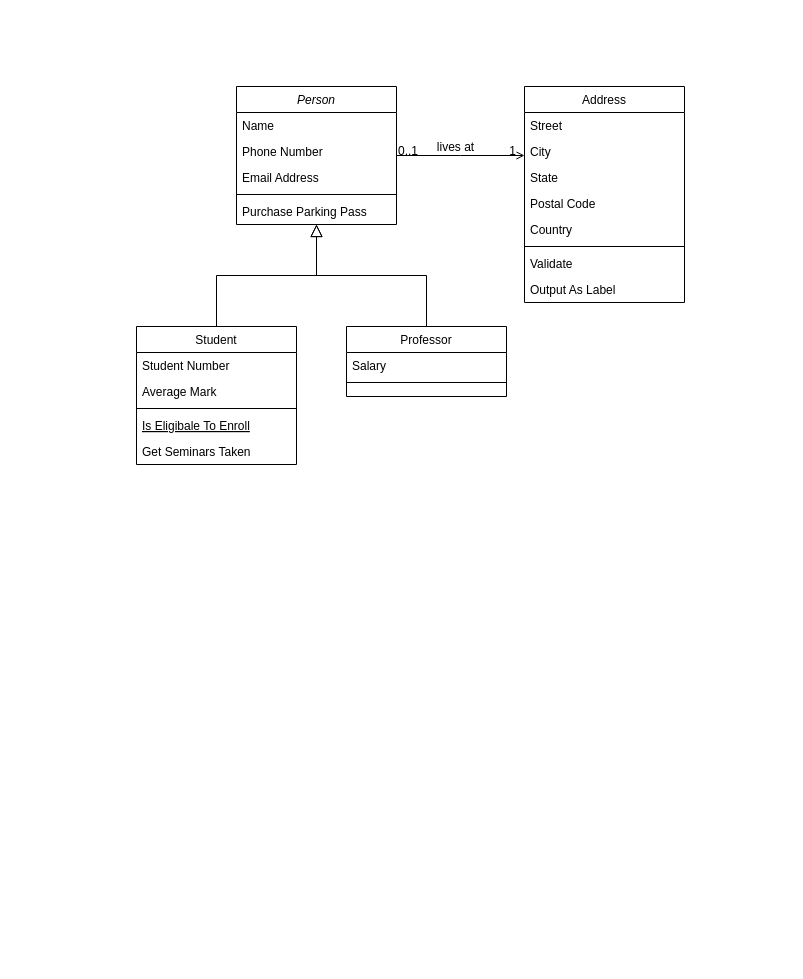
Above: Untitled Diagram.drawio in sajath-45/hospital-managment-system-Java-Project (draw.io), before the change. Source tidied: cells renumbered, new cells numbered last; positions are measured from the earlier drawing's top-left corner, leaving out a move shared by most shapes. Both pictures are drawn from the tidied source at 100%, with x=0, y=0 at pixel (136, 86).
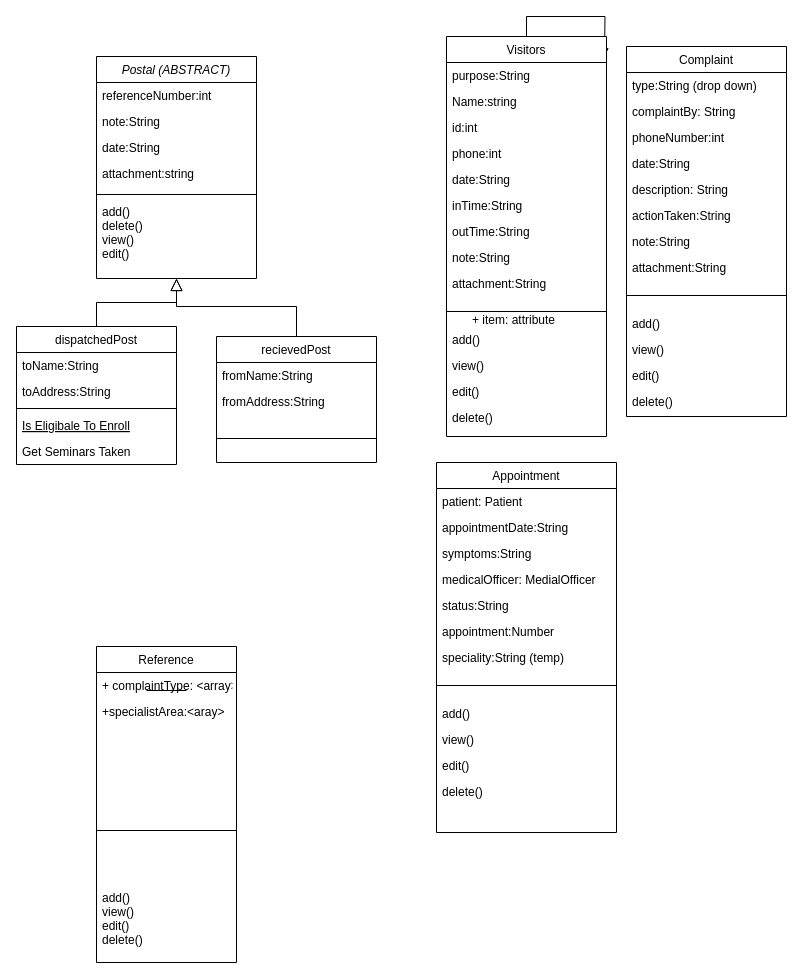
After the change.

The edit, as a diff of the source:
```diff
@@
-    <mxCell id="2" value="Person" style="swimlane;fontStyle=2;align=center;verticalAlign=top;horizontal=1;startSize=26;rounded=0;shadow=0;strokeWidth=1;" parent="1" vertex="1">
-      <mxGeometry x="100" width="160" height="138" as="geometry" />
+    <mxCell id="2" value="Postal (ABSTRACT)" style="swimlane;fontStyle=2;align=center;verticalAlign=top;horizontal=1;startSize=26;rounded=0;shadow=0;strokeWidth=1;" parent="1" vertex="1">
+      <mxGeometry x="-40" y="-30" width="160" height="222" as="geometry" />
     </mxCell>
-    <mxCell id="3" value="Name" style="text;align=left;verticalAlign=top;spacingLeft=4;spacingRight=4;overflow=hidden;" parent="2" vertex="1">
+    <mxCell id="3" value="referenceNumber:int" style="text;align=left;verticalAlign=top;spacingLeft=4;spacingRight=4;overflow=hidden;" parent="2" vertex="1">
       <mxGeometry y="26" width="160" height="26" as="geometry" />
     </mxCell>
-    <mxCell id="4" value="Phone Number" style="text;align=left;verticalAlign=top;spacingLeft=4;spacingRight=4;overflow=hidden;rounded=0;shadow=0;html=0;" parent="2" vertex="1">
+    <mxCell id="4" value="note:String" style="text;align=left;verticalAlign=top;spacingLeft=4;spacingRight=4;overflow=hidden;rounded=0;shadow=0;html=0;" parent="2" vertex="1">
       <mxGeometry y="52" width="160" height="26" as="geometry" />
     </mxCell>
-    <mxCell id="5" value="Email Address" style="text;align=left;verticalAlign=top;spacingLeft=4;spacingRight=4;overflow=hidden;rounded=0;shadow=0;html=0;" parent="2" vertex="1">
+    <mxCell id="5" value="date:String" style="text;align=left;verticalAlign=top;spacingLeft=4;spacingRight=4;overflow=hidden;rounded=0;shadow=0;html=0;" parent="2" vertex="1">
       <mxGeometry y="78" width="160" height="26" as="geometry" />
     </mxCell>
+    <mxCell id="7" value="attachment:string" style="text;align=left;verticalAlign=top;spacingLeft=4;spacingRight=4;overflow=hidden;" parent="2" vertex="1">
+      <mxGeometry y="104" width="160" height="30" as="geometry" />
+    </mxCell>
     <mxCell id="6" style="line;html=1;strokeWidth=1;align=left;verticalAlign=middle;spacingTop=-1;spacingLeft=3;spacingRight=3;labelPosition=right;" parent="2" vertex="1">
-      <mxGeometry y="104" width="160" height="8" as="geometry" />
+      <mxGeometry y="134" width="160" height="8" as="geometry" />
     </mxCell>
-    <mxCell id="7" value="Purchase Parking Pass" style="text;align=left;verticalAlign=top;spacingLeft=4;spacingRight=4;overflow=hidden;" parent="2" vertex="1">
-      <mxGeometry y="112" width="160" height="26" as="geometry" />
-    </mxCell>
+    <mxCell id="32" value="add()&#10;delete()&#10;view()&#10;edit()" style="text;align=left;verticalAlign=top;spacingLeft=4;spacingRight=4;overflow=hidden;" parent="2" vertex="1">
+      <mxGeometry y="142" width="160" height="68" as="geometry" />
+    </mxCell>
-    <mxCell id="8" value="Student" style="swimlane;fontStyle=0;align=center;verticalAlign=top;horizontal=1;startSize=26;rounded=0;shadow=0;strokeWidth=1;" parent="1" vertex="1">
-      <mxGeometry y="240" width="160" height="138" as="geometry" />
+    <mxCell id="8" value="dispatchedPost" style="swimlane;fontStyle=0;align=center;verticalAlign=top;horizontal=1;startSize=26;rounded=0;shadow=0;strokeWidth=1;" parent="1" vertex="1">
+      <mxGeometry x="-120" y="240" width="160" height="138" as="geometry" />
     </mxCell>
-    <mxCell id="9" value="Student Number" style="text;align=left;verticalAlign=top;spacingLeft=4;spacingRight=4;overflow=hidden;" parent="8" vertex="1">
+    <mxCell id="9" value="toName:String" style="text;align=left;verticalAlign=top;spacingLeft=4;spacingRight=4;overflow=hidden;" parent="8" vertex="1">
       <mxGeometry y="26" width="160" height="26" as="geometry" />
     </mxCell>
-    <mxCell id="10" value="Average Mark" style="text;align=left;verticalAlign=top;spacingLeft=4;spacingRight=4;overflow=hidden;rounded=0;shadow=0;html=0;" parent="8" vertex="1">
+    <mxCell id="10" value="toAddress:String" style="text;align=left;verticalAlign=top;spacingLeft=4;spacingRight=4;overflow=hidden;rounded=0;shadow=0;html=0;" parent="8" vertex="1">
       <mxGeometry y="52" width="160" height="26" as="geometry" />
     </mxCell>
@@
-    <mxCell id="15" value="Professor" style="swimlane;fontStyle=0;align=center;verticalAlign=top;horizontal=1;startSize=26;rounded=0;shadow=0;strokeWidth=1;" parent="1" vertex="1">
-      <mxGeometry x="210" y="240" width="160" height="70" as="geometry" />
+    <mxCell id="15" value="recievedPost" style="swimlane;fontStyle=0;align=center;verticalAlign=top;horizontal=1;startSize=26;rounded=0;shadow=0;strokeWidth=1;" parent="1" vertex="1">
+      <mxGeometry x="80" y="250" width="160" height="126" as="geometry" />
     </mxCell>
-    <mxCell id="16" value="Salary" style="text;align=left;verticalAlign=top;spacingLeft=4;spacingRight=4;overflow=hidden;" parent="15" vertex="1">
+    <mxCell id="16" value="fromName:String" style="text;align=left;verticalAlign=top;spacingLeft=4;spacingRight=4;overflow=hidden;" parent="15" vertex="1">
       <mxGeometry y="26" width="160" height="26" as="geometry" />
     </mxCell>
+    <mxCell id="33" value="fromAddress:String" style="text;align=left;verticalAlign=top;spacingLeft=4;spacingRight=4;overflow=hidden;" parent="15" vertex="1">
+      <mxGeometry y="52" width="160" height="26" as="geometry" />
+    </mxCell>
     <mxCell id="17" style="line;html=1;strokeWidth=1;align=left;verticalAlign=middle;spacingTop=-1;spacingLeft=3;spacingRight=3;labelPosition=right;" parent="15" vertex="1">
-      <mxGeometry y="52" width="160" height="8" as="geometry" />
+      <mxGeometry y="78" width="160" height="48" as="geometry" />
     </mxCell>
     <mxCell id="18" style="endArrow=block;endSize=10;endFill=0;shadow=0;strokeWidth=1;rounded=0;edgeStyle=elbowEdgeStyle;elbow=vertical;" parent="1" edge="1" source="15" target="2">
-      <mxGeometry relative="1" as="geometry" />
+      <mxGeometry relative="1" as="geometry">
+        <Array as="points">
+          <mxPoint x="40" y="220" />
+          <mxPoint x="40" y="220" />
+          <mxPoint x="40" y="190" />
+          <mxPoint x="40" y="180" />
+        </Array>
+      </mxGeometry>
     </mxCell>
+    <mxCell id="34" style="edgeStyle=orthogonalEdgeStyle;rounded=0;jettySize=auto;html=1;exitX=0.5;exitY=0;exitDx=0;exitDy=0;" parent="1" edge="1" source="19">
+      <mxGeometry relative="1" as="geometry">
+        <mxPoint x="468" y="-30" as="targetPoint" />
+      </mxGeometry>
+    </mxCell>
-    <mxCell id="19" value="Address" style="swimlane;fontStyle=0;align=center;verticalAlign=top;horizontal=1;startSize=26;rounded=0;shadow=0;strokeWidth=1;" parent="1" vertex="1">
-      <mxGeometry x="388" width="160" height="216" as="geometry" />
+    <mxCell id="19" value="Visitors" style="swimlane;fontStyle=0;align=center;verticalAlign=top;horizontal=1;startSize=26;rounded=0;shadow=0;strokeWidth=1;" parent="1" vertex="1">
+      <mxGeometry x="310" y="-50" width="160" height="400" as="geometry" />
     </mxCell>
-    <mxCell id="20" value="Street" style="text;align=left;verticalAlign=top;spacingLeft=4;spacingRight=4;overflow=hidden;" parent="19" vertex="1">
+    <mxCell id="20" value="purpose:String" style="text;align=left;verticalAlign=top;spacingLeft=4;spacingRight=4;overflow=hidden;" parent="19" vertex="1">
       <mxGeometry y="26" width="160" height="26" as="geometry" />
     </mxCell>
-    <mxCell id="21" value="City" style="text;align=left;verticalAlign=top;spacingLeft=4;spacingRight=4;overflow=hidden;rounded=0;shadow=0;html=0;" parent="19" vertex="1">
+    <mxCell id="21" value="Name:string" style="text;align=left;verticalAlign=top;spacingLeft=4;spacingRight=4;overflow=hidden;rounded=0;shadow=0;html=0;" parent="19" vertex="1">
       <mxGeometry y="52" width="160" height="26" as="geometry" />
     </mxCell>
+    <mxCell id="23" value="id:int" style="text;align=left;verticalAlign=top;spacingLeft=4;spacingRight=4;overflow=hidden;rounded=0;shadow=0;html=0;" parent="19" vertex="1">
+      <mxGeometry y="78" width="160" height="26" as="geometry" />
+    </mxCell>
-    <mxCell id="22" value="State" style="text;align=left;verticalAlign=top;spacingLeft=4;spacingRight=4;overflow=hidden;rounded=0;shadow=0;html=0;" parent="19" vertex="1">
-      <mxGeometry y="78" width="160" height="26" as="geometry" />
+    <mxCell id="22" value="phone:int" style="text;align=left;verticalAlign=top;spacingLeft=4;spacingRight=4;overflow=hidden;rounded=0;shadow=0;html=0;" parent="19" vertex="1">
+      <mxGeometry y="104" width="160" height="26" as="geometry" />
     </mxCell>
-    <mxCell id="23" value="Postal Code" style="text;align=left;verticalAlign=top;spacingLeft=4;spacingRight=4;overflow=hidden;rounded=0;shadow=0;html=0;" parent="19" vertex="1">
-      <mxGeometry y="104" width="160" height="26" as="geometry" />
-    </mxCell>
-    <mxCell id="24" value="Country" style="text;align=left;verticalAlign=top;spacingLeft=4;spacingRight=4;overflow=hidden;rounded=0;shadow=0;html=0;" parent="19" vertex="1">
+    <mxCell id="24" value="date:String" style="text;align=left;verticalAlign=top;spacingLeft=4;spacingRight=4;overflow=hidden;rounded=0;shadow=0;html=0;" parent="19" vertex="1">
       <mxGeometry y="130" width="160" height="26" as="geometry" />
     </mxCell>
+    <mxCell id="35" value="inTime:String" style="text;align=left;verticalAlign=top;spacingLeft=4;spacingRight=4;overflow=hidden;rounded=0;shadow=0;html=0;" parent="19" vertex="1">
+      <mxGeometry y="156" width="160" height="26" as="geometry" />
+    </mxCell>
+    <mxCell id="36" value="outTime:String" style="text;align=left;verticalAlign=top;spacingLeft=4;spacingRight=4;overflow=hidden;rounded=0;shadow=0;html=0;" parent="19" vertex="1">
+      <mxGeometry y="182" width="160" height="26" as="geometry" />
+    </mxCell>
+    <mxCell id="37" value="note:String" style="text;align=left;verticalAlign=top;spacingLeft=4;spacingRight=4;overflow=hidden;rounded=0;shadow=0;html=0;" parent="19" vertex="1">
+      <mxGeometry y="208" width="160" height="26" as="geometry" />
+    </mxCell>
+    <mxCell id="38" value="attachment:String" style="text;align=left;verticalAlign=top;spacingLeft=4;spacingRight=4;overflow=hidden;rounded=0;shadow=0;html=0;" parent="19" vertex="1">
+      <mxGeometry y="234" width="160" height="26" as="geometry" />
+    </mxCell>
     <mxCell id="25" style="line;html=1;strokeWidth=1;align=left;verticalAlign=middle;spacingTop=-1;spacingLeft=3;spacingRight=3;labelPosition=right;" parent="19" vertex="1">
-      <mxGeometry y="156" width="160" height="8" as="geometry" />
+      <mxGeometry y="260" width="160" height="30" as="geometry" />
     </mxCell>
-    <mxCell id="26" value="Validate" style="text;align=left;verticalAlign=top;spacingLeft=4;spacingRight=4;overflow=hidden;" parent="19" vertex="1">
-      <mxGeometry y="164" width="160" height="26" as="geometry" />
+    <mxCell id="26" value="add()" style="text;align=left;verticalAlign=top;spacingLeft=4;spacingRight=4;overflow=hidden;" parent="19" vertex="1">
+      <mxGeometry y="290" width="160" height="26" as="geometry" />
     </mxCell>
+    <mxCell id="39" value="view()" style="text;align=left;verticalAlign=top;spacingLeft=4;spacingRight=4;overflow=hidden;" parent="19" vertex="1">
+      <mxGeometry y="316" width="160" height="26" as="geometry" />
+    </mxCell>
+    <mxCell id="40" value="edit()" style="text;align=left;verticalAlign=top;spacingLeft=4;spacingRight=4;overflow=hidden;" parent="19" vertex="1">
+      <mxGeometry y="342" width="160" height="26" as="geometry" />
+    </mxCell>
-    <mxCell id="27" value="Output As Label" style="text;align=left;verticalAlign=top;spacingLeft=4;spacingRight=4;overflow=hidden;" parent="19" vertex="1">
-      <mxGeometry y="190" width="160" height="26" as="geometry" />
+    <mxCell id="27" value="delete()" style="text;align=left;verticalAlign=top;spacingLeft=4;spacingRight=4;overflow=hidden;" parent="19" vertex="1">
+      <mxGeometry y="368" width="160" height="28" as="geometry" />
     </mxCell>
-    <mxCell id="28" style="endArrow=open;shadow=0;strokeWidth=1;rounded=0;endFill=1;edgeStyle=elbowEdgeStyle;elbow=vertical;" parent="1" edge="1" source="2" target="19">
-      <mxGeometry x="0.5" y="41" relative="1" as="geometry">
-        <mxPoint x="-40" y="32" as="offset" />
-      </mxGeometry>
-    </mxCell>
-    <mxCell id="29" value="0..1" style="align=left;verticalAlign=bottom;labelBackgroundColor=none;fontSize=12;" parent="28" vertex="1">
-      <mxGeometry x="-1" relative="1" as="geometry">
-        <mxPoint y="4" as="offset" />
-      </mxGeometry>
-    </mxCell>
-    <mxCell id="30" value="1" style="align=right;verticalAlign=bottom;labelBackgroundColor=none;fontSize=12;" parent="28" vertex="1">
-      <mxGeometry x="1" relative="1" as="geometry">
-        <mxPoint x="-7" y="4" as="offset" />
-      </mxGeometry>
-    </mxCell>
-    <mxCell id="31" value="lives at" style="text;html=1;align=center;verticalAlign=middle;labelBackgroundColor=none;rounded=0;shadow=0;strokeWidth=1;fontSize=12;" parent="28" vertex="1">
-      <mxGeometry x="0.5" y="49" relative="1" as="geometry">
-        <mxPoint x="-38" y="40" as="offset" />
-      </mxGeometry>
-    </mxCell>
+    <mxCell id="41" value="Complaint" style="swimlane;fontStyle=0;align=center;verticalAlign=top;horizontal=1;startSize=26;rounded=0;shadow=0;strokeWidth=1;" parent="1" vertex="1">
+      <mxGeometry x="490" y="-40" width="160" height="370" as="geometry" />
+    </mxCell>
+    <mxCell id="42" value="type:String (drop down)" style="text;align=left;verticalAlign=top;spacingLeft=4;spacingRight=4;overflow=hidden;" parent="41" vertex="1">
+      <mxGeometry y="26" width="160" height="26" as="geometry" />
+    </mxCell>
+    <mxCell id="43" value="complaintBy: String" style="text;align=left;verticalAlign=top;spacingLeft=4;spacingRight=4;overflow=hidden;rounded=0;shadow=0;html=0;" parent="41" vertex="1">
+      <mxGeometry y="52" width="160" height="26" as="geometry" />
+    </mxCell>
+    <mxCell id="44" value="phoneNumber:int" style="text;align=left;verticalAlign=top;spacingLeft=4;spacingRight=4;overflow=hidden;rounded=0;shadow=0;html=0;" parent="41" vertex="1">
+      <mxGeometry y="78" width="160" height="26" as="geometry" />
+    </mxCell>
+    <mxCell id="45" value="date:String" style="text;align=left;verticalAlign=top;spacingLeft=4;spacingRight=4;overflow=hidden;rounded=0;shadow=0;html=0;" parent="41" vertex="1">
+      <mxGeometry y="104" width="160" height="26" as="geometry" />
+    </mxCell>
+    <mxCell id="46" value="description: String" style="text;align=left;verticalAlign=top;spacingLeft=4;spacingRight=4;overflow=hidden;rounded=0;shadow=0;html=0;" parent="41" vertex="1">
+      <mxGeometry y="130" width="160" height="26" as="geometry" />
+    </mxCell>
+    <mxCell id="47" value="actionTaken:String" style="text;align=left;verticalAlign=top;spacingLeft=4;spacingRight=4;overflow=hidden;rounded=0;shadow=0;html=0;" parent="41" vertex="1">
+      <mxGeometry y="156" width="160" height="26" as="geometry" />
+    </mxCell>
+    <mxCell id="48" value="note:String" style="text;align=left;verticalAlign=top;spacingLeft=4;spacingRight=4;overflow=hidden;rounded=0;shadow=0;html=0;" parent="41" vertex="1">
+      <mxGeometry y="182" width="160" height="26" as="geometry" />
+    </mxCell>
+    <mxCell id="49" value="attachment:String" style="text;align=left;verticalAlign=top;spacingLeft=4;spacingRight=4;overflow=hidden;rounded=0;shadow=0;html=0;" parent="41" vertex="1">
+      <mxGeometry y="208" width="160" height="26" as="geometry" />
+    </mxCell>
+    <mxCell id="50" style="line;html=1;strokeWidth=1;align=left;verticalAlign=middle;spacingTop=-1;spacingLeft=3;spacingRight=3;labelPosition=right;" parent="41" vertex="1">
+      <mxGeometry y="234" width="160" height="30" as="geometry" />
+    </mxCell>
+    <mxCell id="51" value="add()" style="text;align=left;verticalAlign=top;spacingLeft=4;spacingRight=4;overflow=hidden;" parent="41" vertex="1">
+      <mxGeometry y="264" width="160" height="26" as="geometry" />
+    </mxCell>
+    <mxCell id="52" value="view()" style="text;align=left;verticalAlign=top;spacingLeft=4;spacingRight=4;overflow=hidden;" parent="41" vertex="1">
+      <mxGeometry y="290" width="160" height="26" as="geometry" />
+    </mxCell>
+    <mxCell id="53" value="edit()" style="text;align=left;verticalAlign=top;spacingLeft=4;spacingRight=4;overflow=hidden;" parent="41" vertex="1">
+      <mxGeometry y="316" width="160" height="26" as="geometry" />
+    </mxCell>
+    <mxCell id="54" value="delete()" style="text;align=left;verticalAlign=top;spacingLeft=4;spacingRight=4;overflow=hidden;" parent="41" vertex="1">
+      <mxGeometry y="342" width="160" height="28" as="geometry" />
+    </mxCell>
+    <mxCell id="55" value="Appointment" style="swimlane;fontStyle=0;align=center;verticalAlign=top;horizontal=1;startSize=26;rounded=0;shadow=0;strokeWidth=1;" parent="1" vertex="1">
+      <mxGeometry x="300" y="376" width="180" height="370" as="geometry" />
+    </mxCell>
+    <mxCell id="56" value="patient: Patient" style="text;align=left;verticalAlign=top;spacingLeft=4;spacingRight=4;overflow=hidden;" parent="55" vertex="1">
+      <mxGeometry y="26" width="180" height="26" as="geometry" />
+    </mxCell>
+    <mxCell id="57" value="appointmentDate:String" style="text;align=left;verticalAlign=top;spacingLeft=4;spacingRight=4;overflow=hidden;rounded=0;shadow=0;html=0;" parent="55" vertex="1">
+      <mxGeometry y="52" width="180" height="26" as="geometry" />
+    </mxCell>
+    <mxCell id="58" value="symptoms:String" style="text;align=left;verticalAlign=top;spacingLeft=4;spacingRight=4;overflow=hidden;rounded=0;shadow=0;html=0;" parent="55" vertex="1">
+      <mxGeometry y="78" width="180" height="26" as="geometry" />
+    </mxCell>
+    <mxCell id="59" value="medicalOfficer: MedialOfficer" style="text;align=left;verticalAlign=top;spacingLeft=4;spacingRight=4;overflow=hidden;rounded=0;shadow=0;html=0;" parent="55" vertex="1">
+      <mxGeometry y="104" width="180" height="26" as="geometry" />
+    </mxCell>
+    <mxCell id="60" value="status:String" style="text;align=left;verticalAlign=top;spacingLeft=4;spacingRight=4;overflow=hidden;rounded=0;shadow=0;html=0;" parent="55" vertex="1">
+      <mxGeometry y="130" width="180" height="26" as="geometry" />
+    </mxCell>
+    <mxCell id="61" value="appointment:Number" style="text;align=left;verticalAlign=top;spacingLeft=4;spacingRight=4;overflow=hidden;rounded=0;shadow=0;html=0;" parent="55" vertex="1">
+      <mxGeometry y="156" width="180" height="26" as="geometry" />
+    </mxCell>
+    <mxCell id="62" value="speciality:String (temp)" style="text;align=left;verticalAlign=top;spacingLeft=4;spacingRight=4;overflow=hidden;rounded=0;shadow=0;html=0;" parent="55" vertex="1">
+      <mxGeometry y="182" width="180" height="26" as="geometry" />
+    </mxCell>
+    <mxCell id="63" style="line;html=1;strokeWidth=1;align=left;verticalAlign=middle;spacingTop=-1;spacingLeft=3;spacingRight=3;labelPosition=right;" parent="55" vertex="1">
+      <mxGeometry y="208" width="180" height="30" as="geometry" />
+    </mxCell>
+    <mxCell id="64" value="add()" style="text;align=left;verticalAlign=top;spacingLeft=4;spacingRight=4;overflow=hidden;" parent="55" vertex="1">
+      <mxGeometry y="238" width="180" height="26" as="geometry" />
+    </mxCell>
+    <mxCell id="65" value="view()" style="text;align=left;verticalAlign=top;spacingLeft=4;spacingRight=4;overflow=hidden;" parent="55" vertex="1">
+      <mxGeometry y="264" width="180" height="26" as="geometry" />
+    </mxCell>
+    <mxCell id="66" value="edit()" style="text;align=left;verticalAlign=top;spacingLeft=4;spacingRight=4;overflow=hidden;" parent="55" vertex="1">
+      <mxGeometry y="290" width="180" height="26" as="geometry" />
+    </mxCell>
+    <mxCell id="67" value="delete()" style="text;align=left;verticalAlign=top;spacingLeft=4;spacingRight=4;overflow=hidden;" parent="55" vertex="1">
+      <mxGeometry y="316" width="180" height="28" as="geometry" />
+    </mxCell>
+    <mxCell id="68" value="+ item: attribute" style="text;strokeColor=none;fillColor=none;align=left;verticalAlign=top;spacingLeft=4;spacingRight=4;overflow=hidden;" parent="1" vertex="1">
+      <mxGeometry x="330" y="220" width="100" height="26" as="geometry" />
+    </mxCell>
+    <mxCell id="69" value="Reference" style="swimlane;fontStyle=0;horizontal=1;startSize=26;fillColor=none;" parent="1" vertex="1">
+      <mxGeometry x="-40" y="560" width="140" height="316" as="geometry" />
+    </mxCell>
+    <mxCell id="70" value="+ complaintType: &lt;array&gt;" style="text;strokeColor=none;fillColor=none;align=left;verticalAlign=top;spacingLeft=4;spacingRight=4;overflow=hidden;" parent="69" vertex="1">
+      <mxGeometry y="26" width="140" height="26" as="geometry" />
+    </mxCell>
+    <mxCell id="71" value="+specialistArea:&lt;aray&gt;" style="text;strokeColor=none;fillColor=none;align=left;verticalAlign=top;spacingLeft=4;spacingRight=4;overflow=hidden;" parent="69" vertex="1">
+      <mxGeometry y="52" width="140" height="78" as="geometry" />
+    </mxCell>
+    <mxCell id="72" style="line;strokeWidth=1;fillColor=none;align=left;verticalAlign=middle;spacingTop=-1;spacingLeft=3;spacingRight=3;labelPosition=right;" parent="69" vertex="1">
+      <mxGeometry y="130" width="140" height="108" as="geometry" />
+    </mxCell>
+    <mxCell id="73" value="add()&#10;view()&#10;edit()&#10;delete()" style="text;strokeColor=none;fillColor=none;align=left;verticalAlign=top;spacingLeft=4;spacingRight=4;overflow=hidden;" parent="69" vertex="1">
+      <mxGeometry y="238" width="140" height="78" as="geometry" />
+    </mxCell>
+    <mxCell id="74" style="line;strokeWidth=1;fillColor=none;align=left;verticalAlign=middle;spacingTop=-1;spacingLeft=3;spacingRight=3;labelPosition=right;" parent="1" vertex="1">
+      <mxGeometry x="10" y="600" width="40" height="8" as="geometry" />
+    </mxCell>
```
